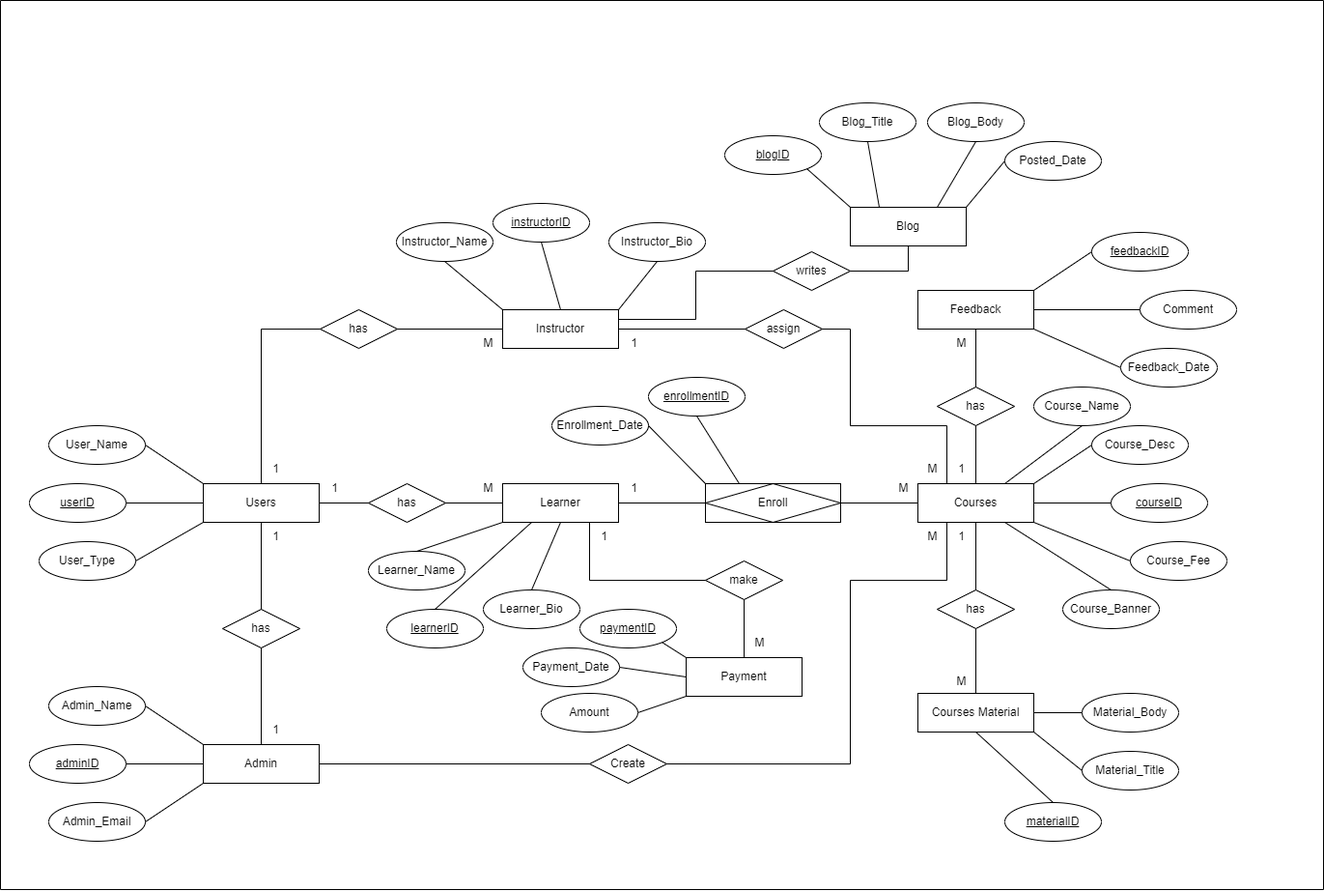
Earlier version of the draw.io export Materials/ER Diagrams/ER Diagram 2.png (iprosenjitp/Tech-School). Source tidied: cells renumbered, new cells last; positions are measured from the earlier drawing's top-left corner, leaving out a move shared by most shapes.
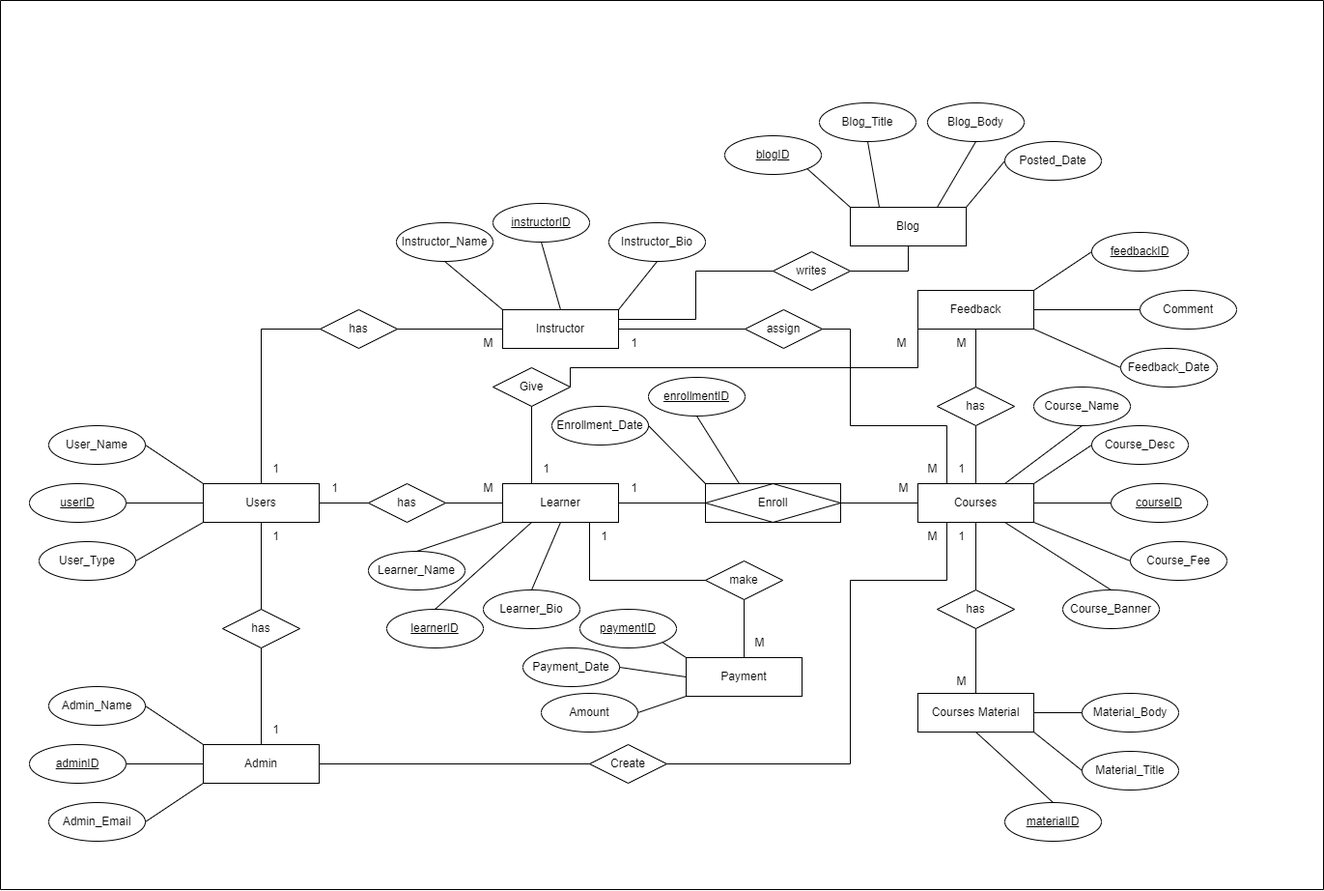
After the change.

Commit message:
ER diagram Update and make presentation slide

What changed in the source:
```diff
@@ -374,8 +374,28 @@
     <mxCell id="121" style="endArrow=none;html=1;rounded=0;exitX=0;exitY=0.5;exitDx=0;exitDy=0;entryX=1;entryY=0;entryDx=0;entryDy=0;" parent="110" edge="1" source="117" target="111">
       <mxGeometry relative="1" as="geometry" />
     </mxCell>
+    <mxCell id="123" value="Give" style="shape=rhombus;perimeter=rhombusPerimeter;whiteSpace=wrap;html=1;align=center;" parent="110" vertex="1">
+      <mxGeometry x="510" y="380" width="80" height="40" as="geometry" />
+    </mxCell>
+    <mxCell id="124" value="M" style="text;html=1;align=center;verticalAlign=middle;strokeColor=none;fillColor=none;" parent="110" vertex="1">
+      <mxGeometry x="918" y="340" width="30" height="30" as="geometry" />
+    </mxCell>
+    <mxCell id="125" value="1" style="text;html=1;align=center;verticalAlign=middle;strokeColor=none;fillColor=none;" parent="110" vertex="1">
+      <mxGeometry x="550" y="470" width="30" height="30" as="geometry" />
+    </mxCell>
     <mxCell id="122" style="endArrow=none;html=1;rounded=0;entryX=1;entryY=0.25;entryDx=0;entryDy=0;exitX=0;exitY=0.5;exitDx=0;exitDy=0;edgeStyle=orthogonalEdgeStyle;" parent="1" edge="1" source="112" target="63">
       <mxGeometry relative="1" as="geometry" />
     </mxCell>
+    <mxCell id="126" style="rounded=0;jettySize=auto;html=1;exitX=0.5;exitY=1;exitDx=0;exitDy=0;entryX=0.25;entryY=0;entryDx=0;entryDy=0;endArrow=none;endFill=0;" parent="1" edge="1" source="123" target="51">
+      <mxGeometry relative="1" as="geometry" />
+    </mxCell>
+    <mxCell id="127" style="rounded=0;jettySize=auto;html=1;exitX=1;exitY=0.5;exitDx=0;exitDy=0;entryX=0;entryY=1;entryDx=0;entryDy=0;endArrow=none;endFill=0;edgeStyle=orthogonalEdgeStyle;" parent="1" edge="1" source="123" target="27">
+      <mxGeometry relative="1" as="geometry">
+        <Array as="points">
+          <mxPoint x="590" y="380" />
+          <mxPoint x="950" y="380" />
+        </Array>
+      </mxGeometry>
+    </mxCell>
   </root>
 </mxGraphModel>
```
